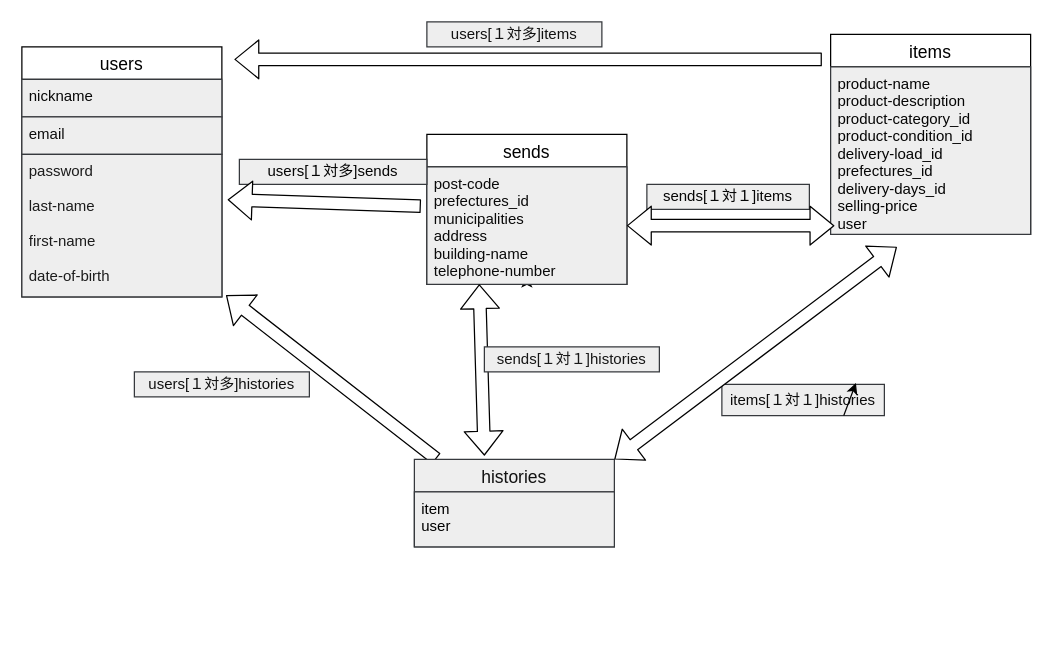
syun-2466/furima-34993 keeps this draw.io diagram as teburu.dio. Above is the earlier version. Source tidied: cells renumbered, new cells numbered last; positions are measured from the earlier drawing's top-left corner, leaving out a move shared by most shapes. Both pictures are drawn from the tidied source at 125%, with x=0, y=0 at pixel (21, 21).
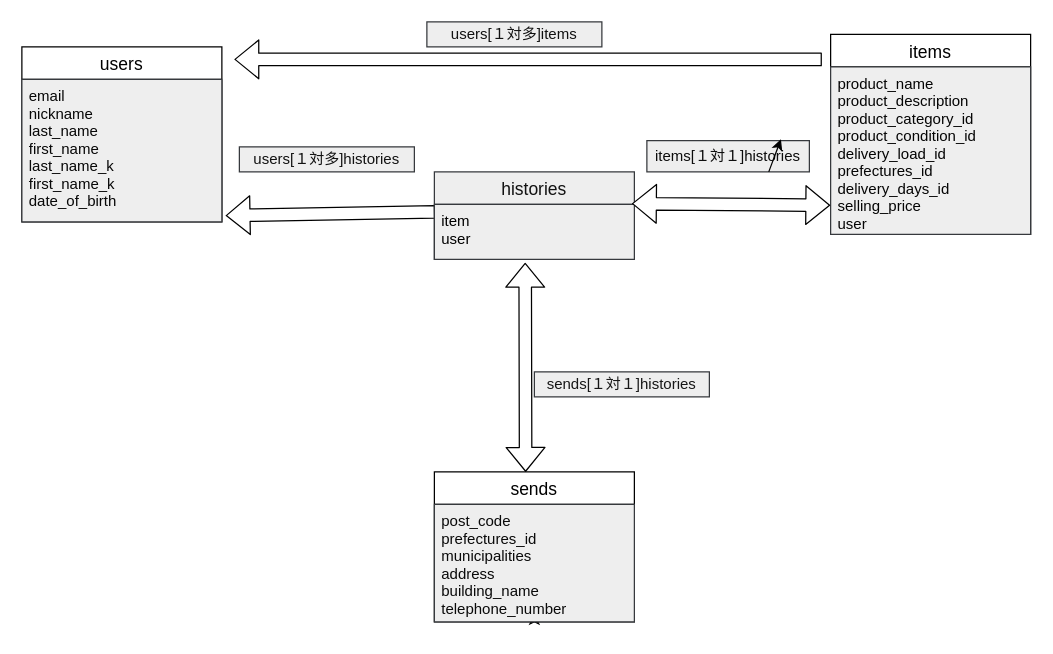
The same page after the edit.

Unchanged cells that the change refers to:
```xml
<mxCell id="5" value="items" style="swimlane;fontStyle=0;horizontal=1;startSize=26;align=center;fontSize=14;" parent="1" vertex="1">
  <mxGeometry x="647" y="10" width="160" height="160" as="geometry" />
</mxCell>
<mxCell id="21" value="item&#10;user" style="text;strokeColor=#36393d;fillColor=#eeeeee;spacingLeft=4;spacingRight=4;overflow=hidden;points=[[0,0.5],[1,0.5]];portConstraint=eastwest;fontSize=12;fontColor=#000000;" parent="20" vertex="1">
  <mxGeometry y="26" width="160" height="44" as="geometry" />
</mxCell>
```

Diff of the diagram source:
```diff
@@
     <mxCell id="2" value="sends" style="swimlane;fontStyle=0;horizontal=1;startSize=26;align=center;fontSize=14;" parent="1" vertex="1">
-      <mxGeometry x="324" y="90" width="160" height="120" as="geometry" />
+      <mxGeometry x="330" y="360" width="160" height="120" as="geometry" />
     </mxCell>
@@
-    <mxCell id="4" value="post-code&#10;prefectures_id&#10;municipalities&#10;address&#10;building-name&#10;telephone-number" style="text;strokeColor=#36393d;spacingLeft=4;spacingRight=4;overflow=hidden;points=[[0,0.5],[1,0.5]];portConstraint=eastwest;fontSize=12;fillColor=#eeeeee;fontColor=#0A0A0A;" parent="2" vertex="1">
+    <mxCell id="4" value="post_code&#10;prefectures_id&#10;municipalities&#10;address&#10;building_name&#10;telephone_number" style="text;strokeColor=#36393d;spacingLeft=4;spacingRight=4;overflow=hidden;points=[[0,0.5],[1,0.5]];portConstraint=eastwest;fontSize=12;fillColor=#eeeeee;fontColor=#0A0A0A;" parent="2" vertex="1">
       <mxGeometry y="26" width="160" height="94" as="geometry" />
     </mxCell>
@@
-    <mxCell id="6" value="product-name&#10;product-description&#10;product-category_id&#10;product-condition_id&#10;delivery-load_id&#10;prefectures_id&#10;delivery-days_id&#10;selling-price&#10;user" style="text;strokeColor=#36393d;spacingLeft=4;spacingRight=4;overflow=hidden;points=[[0,0.5],[1,0.5]];portConstraint=eastwest;fontSize=12;fillColor=#eeeeee;fontColor=#050505;" parent="5" vertex="1">
+    <mxCell id="6" value="product_name&#10;product_description&#10;product_category_id&#10;product_condition_id&#10;delivery_load_id&#10;prefectures_id&#10;delivery_days_id&#10;selling_price&#10;user" style="text;strokeColor=#36393d;spacingLeft=4;spacingRight=4;overflow=hidden;points=[[0,0.5],[1,0.5]];portConstraint=eastwest;fontSize=12;fillColor=#eeeeee;fontColor=#050505;" parent="5" vertex="1">
       <mxGeometry y="26" width="160" height="134" as="geometry" />
     </mxCell>
     <mxCell id="7" value="users" style="swimlane;fontStyle=0;horizontal=1;startSize=26;align=center;fontSize=14;" parent="1" vertex="1">
-      <mxGeometry y="20" width="160" height="200" as="geometry" />
+      <mxGeometry y="20" width="160" height="140" as="geometry" />
     </mxCell>
-    <mxCell id="8" value="nickname" style="text;strokeColor=#36393d;spacingLeft=4;spacingRight=4;overflow=hidden;fontSize=12;fillColor=#eeeeee;fontColor=#080808;" parent="7" vertex="1">
-      <mxGeometry y="26" width="160" height="30" as="geometry" />
+    <mxCell id="8" value="email&#10;nickname &#10;last_name&#10;first_name&#10;last_name_k&#10;first_name_k&#10;date_of_birth" style="text;strokeColor=#36393d;spacingLeft=4;spacingRight=4;overflow=hidden;fontSize=12;fillColor=#eeeeee;fontColor=#080808;" parent="7" vertex="1">
+      <mxGeometry y="26" width="160" height="114" as="geometry" />
     </mxCell>
-    <mxCell id="9" value="email" style="text;strokeColor=#36393d;spacingLeft=4;spacingRight=4;overflow=hidden;fontSize=12;fillColor=#eeeeee;fontColor=#0D0D0D;" parent="7" vertex="1">
-      <mxGeometry y="56" width="160" height="30" as="geometry" />
-    </mxCell>
-    <mxCell id="10" value="password &#10;&#10;last-name&#10;&#10;first-name&#10;&#10;date-of-birth&#10;" style="text;strokeColor=#36393d;spacingLeft=4;spacingRight=4;overflow=hidden;points=[[0,0.5],[1,0.5]];portConstraint=eastwest;fontSize=12;fillColor=#eeeeee;fontColor=#1C1C1C;" parent="7" vertex="1">
-      <mxGeometry y="86" width="160" height="114" as="geometry" />
-    </mxCell>
@@
-    <mxCell id="13" value="users[１対多]sends" style="text;html=1;strokeColor=#36393d;align=center;verticalAlign=middle;whiteSpace=wrap;rounded=0;fillColor=#eeeeee;fontColor=#050505;" parent="1" vertex="1">
-      <mxGeometry x="174" y="110" width="150" height="20" as="geometry" />
-    </mxCell>
-    <mxCell id="14" style="shape=flexArrow;endArrow=classic;html=1;fontColor=#f0f0f0;entryX=1.021;entryY=0.989;entryDx=0;entryDy=0;entryPerimeter=0;fillColor=#ffffff;exitX=0.11;exitY=-0.006;exitDx=0;exitDy=0;exitPerimeter=0;" parent="1" edge="1" source="20" target="10">
-      <mxGeometry relative="1" as="geometry" />
+    <mxCell id="14" style="shape=flexArrow;endArrow=classic;html=1;fontColor=#f0f0f0;fillColor=#ffffff;exitX=0.004;exitY=0.138;exitDx=0;exitDy=0;exitPerimeter=0;" parent="1" edge="1" source="21">
+      <mxGeometry relative="1" as="geometry">
+        <mxPoint x="163" y="155" as="targetPoint" />
+      </mxGeometry>
     </mxCell>
     <mxCell id="15" value="users[１対多]histories" style="text;html=1;strokeColor=#36393d;align=center;verticalAlign=middle;whiteSpace=wrap;rounded=0;fillColor=#eeeeee;fontColor=#121212;" parent="1" vertex="1">
-      <mxGeometry x="90" y="280" width="140" height="20" as="geometry" />
+      <mxGeometry x="174" y="100" width="140" height="20" as="geometry" />
     </mxCell>
     <mxCell id="16" value="items[１対１]histories" style="text;html=1;strokeColor=#36393d;align=center;verticalAlign=middle;whiteSpace=wrap;rounded=0;fillColor=#eeeeee;fontColor=#0D0D0D;" parent="1" vertex="1">
-      <mxGeometry x="560" y="290" width="130" height="25" as="geometry" />
+      <mxGeometry x="500" y="95" width="130" height="25" as="geometry" />
     </mxCell>
-    <mxCell id="17" value="sends[１対１]items" style="text;html=1;strokeColor=#36393d;align=center;verticalAlign=middle;whiteSpace=wrap;rounded=0;fillColor=#eeeeee;fontColor=#050505;" parent="1" vertex="1">
-      <mxGeometry x="500" y="130" width="130" height="20" as="geometry" />
-    </mxCell>
-    <mxCell id="18" style="shape=flexArrow;endArrow=classic;startArrow=classic;html=1;fontColor=#f0f0f0;fillColor=#ffffff;entryX=0.019;entryY=0.948;entryDx=0;entryDy=0;entryPerimeter=0;" parent="1" edge="1" source="4" target="6">
-      <mxGeometry relative="1" as="geometry" />
-    </mxCell>
@@
     <mxCell id="20" value="histories" style="swimlane;fontStyle=0;horizontal=1;startSize=26;align=center;fontSize=14;fillColor=#eeeeee;strokeColor=#36393d;fontColor=#121212;" parent="1" vertex="1">
-      <mxGeometry x="314" y="350" width="160" height="70" as="geometry" />
+      <mxGeometry x="330" y="120" width="160" height="70" as="geometry" />
     </mxCell>
@@
-    <mxCell id="23" style="shape=flexArrow;endArrow=classic;html=1;fontColor=#121212;fillColor=#ffffff;entryX=1.029;entryY=0.318;entryDx=0;entryDy=0;entryPerimeter=0;exitX=-0.03;exitY=0.335;exitDx=0;exitDy=0;exitPerimeter=0;" parent="1" edge="1" source="4" target="10">
-      <mxGeometry relative="1" as="geometry" />
-    </mxCell>
-    <mxCell id="24" style="shape=flexArrow;endArrow=classic;startArrow=classic;html=1;fontColor=#121212;fillColor=#ffffff;exitX=1;exitY=0;exitDx=0;exitDy=0;" parent="1" edge="1" source="20">
-      <mxGeometry relative="1" as="geometry">
-        <mxPoint x="700" y="180" as="targetPoint" />
-      </mxGeometry>
+    <mxCell id="24" style="shape=flexArrow;endArrow=classic;startArrow=classic;html=1;fontColor=#121212;fillColor=#ffffff;exitX=0.988;exitY=-0.014;exitDx=0;exitDy=0;exitPerimeter=0;entryX=-0.002;entryY=0.826;entryDx=0;entryDy=0;entryPerimeter=0;" parent="1" edge="1" source="21" target="6">
+      <mxGeometry relative="1" as="geometry" />
     </mxCell>
-    <mxCell id="25" style="shape=flexArrow;endArrow=classic;startArrow=classic;html=1;fontColor=#121212;fillColor=#ffffff;entryX=0.262;entryY=0.999;entryDx=0;entryDy=0;entryPerimeter=0;" parent="1" edge="1" target="4">
+    <mxCell id="25" style="shape=flexArrow;endArrow=classic;startArrow=classic;html=1;fontColor=#121212;fillColor=#ffffff;exitX=0.454;exitY=1.062;exitDx=0;exitDy=0;exitPerimeter=0;" parent="1" edge="1" source="21">
       <mxGeometry relative="1" as="geometry">
-        <mxPoint x="370" y="347" as="sourcePoint" />
+        <mxPoint x="403" y="360" as="targetPoint" />
       </mxGeometry>
     </mxCell>
     <mxCell id="26" value="sends[１対１]histories" style="text;html=1;strokeColor=#36393d;fillColor=#eeeeee;align=center;verticalAlign=middle;whiteSpace=wrap;rounded=0;fontColor=#171717;" parent="1" vertex="1">
-      <mxGeometry x="370" y="260" width="140" height="20" as="geometry" />
+      <mxGeometry x="410" y="280" width="140" height="20" as="geometry" />
     </mxCell>
```
